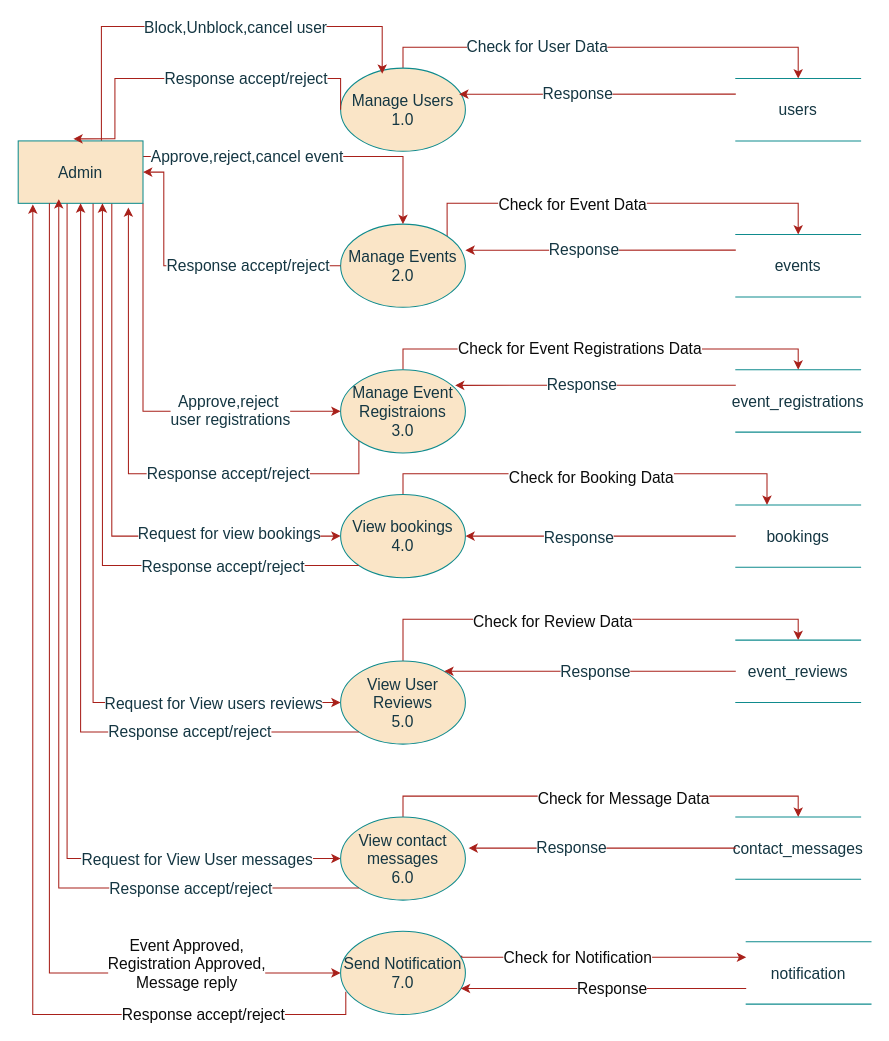
The draw.io diagram Diagrams/Level 1 DFD for admin.drawio in amipatel0/MCA_Internship_Docs, before the edit. Source tidied: cells renumbered, new cells numbered last; positions are measured from the earlier drawing's top-left corner, leaving out a move shared by most shapes. Both pictures are drawn from the tidied source at 104%, with x=0, y=0 at pixel (18, 26).
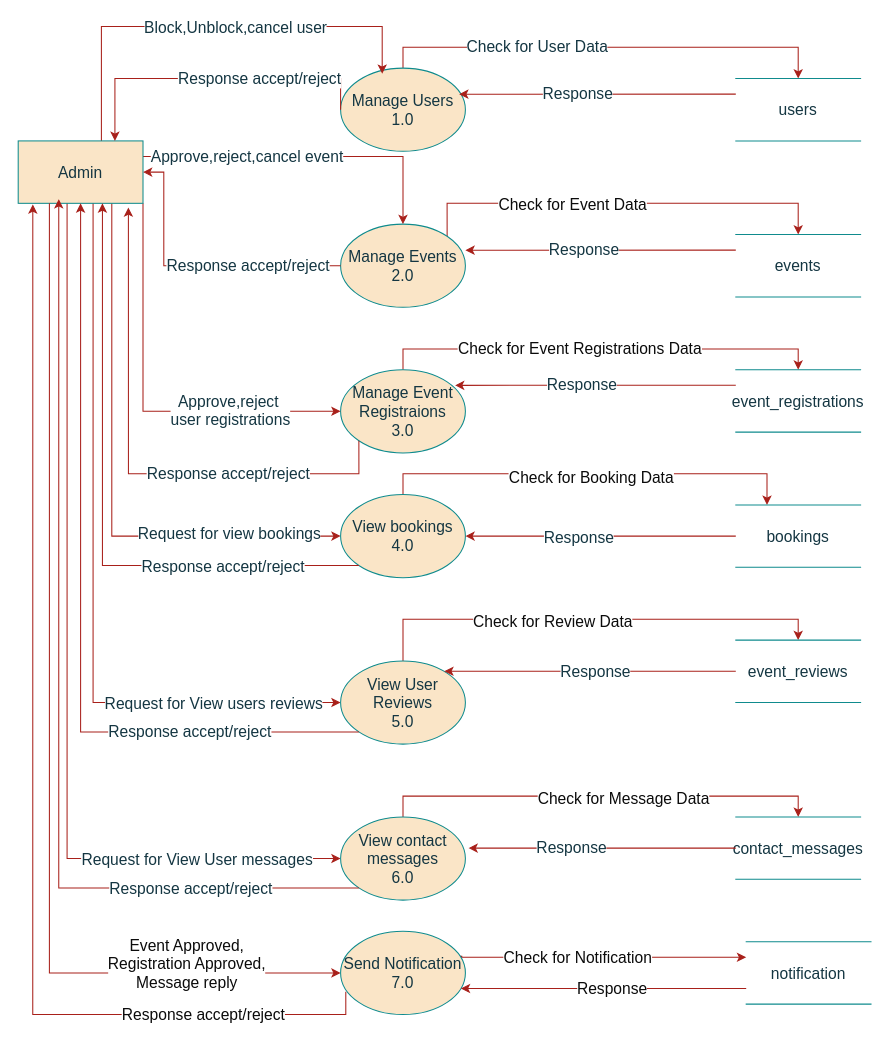
The same diagram, later.

The change refers to these unchanged cells:
```xml
<mxCell id="4" value="Manage Users&lt;div&gt;1.0&lt;/div&gt;" style="ellipse;whiteSpace=wrap;html=1;labelBackgroundColor=none;fillColor=#FAE5C7;strokeColor=#0F8B8D;fontColor=#143642;fontSize=15;" parent="1" vertex="1">
  <mxGeometry x="310" y="40" width="120" height="80" as="geometry" />
</mxCell>
<mxCell id="25" value="Admin" style="rounded=0;whiteSpace=wrap;html=1;labelBackgroundColor=none;fillColor=#FAE5C7;strokeColor=#0F8B8D;fontColor=#143642;fontSize=15;" parent="1" vertex="1">
  <mxGeometry y="110" width="120" height="60" as="geometry" />
</mxCell>
```

Diff of the diagram source:
```diff
@@
-    <mxCell id="37" style="edgeStyle=orthogonalEdgeStyle;rounded=0;jettySize=auto;html=1;exitX=0;exitY=0.5;exitDx=0;exitDy=0;entryX=0.442;entryY=-0.033;entryDx=0;entryDy=0;entryPerimeter=0;labelBackgroundColor=none;strokeColor=#A8201A;fontColor=default;fontSize=15;" parent="1" edge="1" source="4" target="25">
+    <mxCell id="37" style="edgeStyle=orthogonalEdgeStyle;rounded=0;jettySize=auto;html=1;exitX=0;exitY=0.5;exitDx=0;exitDy=0;labelBackgroundColor=none;strokeColor=#A8201A;fontColor=default;fontSize=15;" parent="1" edge="1" source="4">
       <mxGeometry relative="1" as="geometry">
+        <mxPoint x="93" y="110" as="targetPoint" />
         <Array as="points">
           <mxPoint x="310" y="50" />
           <mxPoint x="93" y="50" />
         </Array>
       </mxGeometry>
     </mxCell>
```
